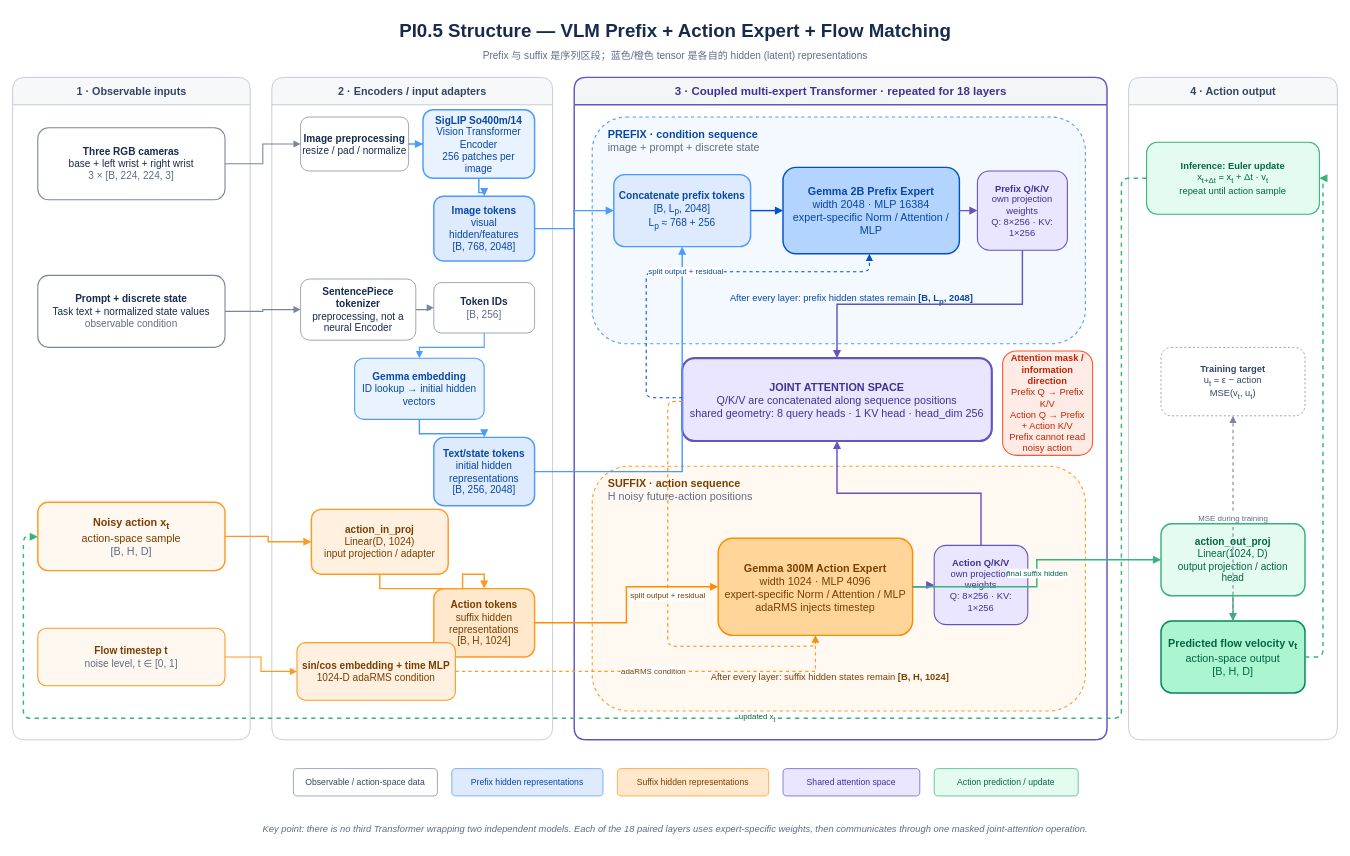
Before: blog/assets/diagrams/pi05_structure.drawio in Richadoxy/Richadoxy.github.io, a draw.io diagram. Source tidied: cells renumbered, new cells numbered last; positions are measured from the earlier drawing's top-left corner, leaving out a move shared by most shapes. Both pictures are drawn from the tidied source at 72%, with x=0, y=0 at pixel (12, 12).
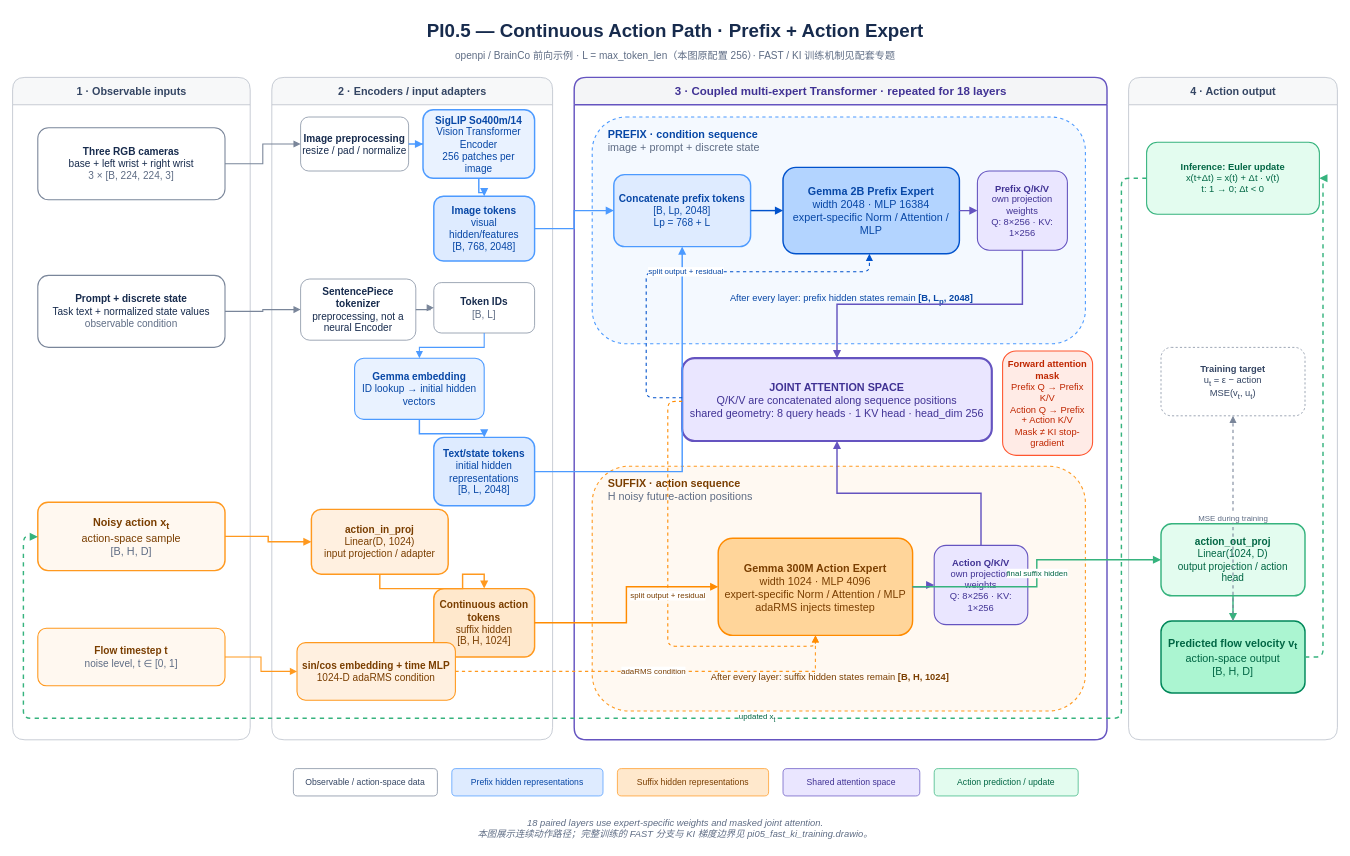
The same page after the edit.

Diff of the diagram source:
```diff
@@
-    <mxCell id="2" value="&lt;b&gt;PI0.5 Structure — VLM Prefix + Action Expert + Flow Matching&lt;/b&gt;" style="text;html=1;align=center;verticalAlign=middle;fontSize=26;fontColor=#172B4D;" parent="1" vertex="1">
+    <mxCell id="2" value="&lt;b&gt;PI0.5 — Continuous Action Path · Prefix + Action Expert&lt;/b&gt;" style="text;html=1;align=center;verticalAlign=middle;fontSize=26;fontColor=#172B4D;" parent="1" vertex="1">
       <mxGeometry x="240" width="1360" height="50" as="geometry" />
     </mxCell>
-    <mxCell id="3" value="Prefix 与 suffix 是序列区段；蓝色/橙色 tensor 是各自的 hidden (latent) representations" style="text;html=1;align=center;verticalAlign=middle;fontSize=14;fontColor=#5E6C84;" parent="1" vertex="1">
+    <mxCell id="3" value="openpi / BrainCo 前向示例 · L = max_token_len（本图原配置 256）· FAST / KI 训练机制见配套专题" style="text;html=1;align=center;verticalAlign=middle;fontSize=14;fontColor=#5E6C84;" parent="1" vertex="1">
       <mxGeometry x="390" y="45" width="1060" height="30" as="geometry" />
     </mxCell>
@@
-    <mxCell id="16" value="&lt;b&gt;Token IDs&lt;/b&gt;&lt;br&gt;&lt;font color=&quot;#5E6C84&quot;&gt;[B, 256]&lt;/font&gt;" style="rounded=1;whiteSpace=wrap;html=1;fillColor=#FFFFFF;strokeColor=#7A869A;fontColor=#172B4D;fontSize=14;" parent="1" vertex="1">
+    <mxCell id="16" value="&lt;b&gt;Token IDs&lt;/b&gt;&lt;br&gt;&lt;font color=&quot;#5E6C84&quot;&gt;[B, L]&lt;/font&gt;" style="rounded=1;whiteSpace=wrap;html=1;fillColor=#FFFFFF;strokeColor=#7A869A;fontColor=#172B4D;fontSize=14;" parent="1" vertex="1">
       <mxGeometry x="585" y="375" width="140" height="70" as="geometry" />
     </mxCell>
@@
-    <mxCell id="18" value="&lt;b&gt;Text/state tokens&lt;/b&gt;&lt;br&gt;initial hidden representations&lt;br&gt;&lt;font color=&quot;#0747A6&quot;&gt;[B, 256, 2048]&lt;/font&gt;" style="rounded=1;whiteSpace=wrap;html=1;fillColor=#DEEBFF;strokeColor=#4C9AFF;strokeWidth=2;fontColor=#0747A6;fontSize=14;spacing=8;" parent="1" vertex="1">
+    <mxCell id="18" value="&lt;b&gt;Text/state tokens&lt;/b&gt;&lt;br&gt;initial hidden representations&lt;br&gt;&lt;font color=&quot;#0747A6&quot;&gt;[B, L, 2048]&lt;/font&gt;" style="rounded=1;whiteSpace=wrap;html=1;fillColor=#DEEBFF;strokeColor=#4C9AFF;strokeWidth=2;fontColor=#0747A6;fontSize=14;spacing=8;" parent="1" vertex="1">
       <mxGeometry x="585" y="590" width="140" height="95" as="geometry" />
     </mxCell>
@@
-    <mxCell id="20" value="&lt;b&gt;Action tokens&lt;/b&gt;&lt;br&gt;suffix hidden representations&lt;br&gt;&lt;font color=&quot;#7A3E00&quot;&gt;[B, H, 1024]&lt;/font&gt;" style="rounded=1;whiteSpace=wrap;html=1;fillColor=#FFE8CC;strokeColor=#FF991F;strokeWidth=2;fontColor=#7A3E00;fontSize=14;spacing=8;" parent="1" vertex="1">
+    <mxCell id="20" value="&lt;b&gt;Continuous action tokens&lt;/b&gt;&lt;br&gt;suffix hidden&lt;br&gt;&lt;font color=&quot;#7A3E00&quot;&gt;[B, H, 1024]&lt;/font&gt;" style="rounded=1;whiteSpace=wrap;html=1;fillColor=#FFE8CC;strokeColor=#FF991F;strokeWidth=2;fontColor=#7A3E00;fontSize=14;spacing=8;" parent="1" vertex="1">
       <mxGeometry x="585" y="800" width="140" height="95" as="geometry" />
     </mxCell>
@@
-    <mxCell id="24" value="&lt;b&gt;Concatenate prefix tokens&lt;/b&gt;&lt;br&gt;&lt;font color=&quot;#0747A6&quot;&gt;[B, L&lt;sub&gt;p&lt;/sub&gt;, 2048]&lt;/font&gt;&lt;br&gt;L&lt;sub&gt;p&lt;/sub&gt; ≈ 768 + 256" style="rounded=1;whiteSpace=wrap;html=1;fillColor=#DEEBFF;strokeColor=#4C9AFF;strokeWidth=2;fontColor=#0747A6;fontSize=14;spacing=8;" parent="1" vertex="1">
+    <mxCell id="24" value="&lt;b&gt;Concatenate prefix tokens&lt;/b&gt;&lt;br&gt;&lt;font color=&quot;#0747A6&quot;&gt;[B, Lp, 2048]&lt;/font&gt;&lt;br&gt;Lp = 768 + L" style="rounded=1;whiteSpace=wrap;html=1;fillColor=#DEEBFF;strokeColor=#4C9AFF;strokeWidth=2;fontColor=#0747A6;fontSize=14;spacing=8;" parent="1" vertex="1">
       <mxGeometry x="835" y="225" width="190" height="100" as="geometry" />
     </mxCell>
@@
-    <mxCell id="29" value="&lt;b&gt;Attention mask / information direction&lt;/b&gt;&lt;br&gt;Prefix Q → Prefix K/V&lt;br&gt;Action Q → Prefix + Action K/V&lt;br&gt;&lt;font color=&quot;#BF2600&quot;&gt;Prefix cannot read noisy action&lt;/font&gt;" style="rounded=1;whiteSpace=wrap;html=1;fillColor=#FFEBE6;strokeColor=#FF5630;strokeWidth=1.5;fontColor=#BF2600;fontSize=13;spacing=7;" parent="1" vertex="1">
+    <mxCell id="29" value="&lt;b&gt;Forward attention mask&lt;/b&gt;&lt;br&gt;Prefix Q → Prefix K/V&lt;br&gt;Action Q → Prefix + Action K/V&lt;br&gt;&lt;font color=&quot;#BF2600&quot;&gt;Mask ≠ KI stop-gradient&lt;/font&gt;" style="rounded=1;whiteSpace=wrap;html=1;fillColor=#FFEBE6;strokeColor=#FF5630;strokeWidth=1.5;fontColor=#BF2600;fontSize=13;spacing=7;" parent="1" vertex="1">
       <mxGeometry x="1375" y="470" width="125" height="145" as="geometry" />
     </mxCell>
@@
-    <mxCell id="37" value="&lt;b&gt;Inference: Euler update&lt;/b&gt;&lt;br&gt;x&lt;sub&gt;t+Δt&lt;/sub&gt; = x&lt;sub&gt;t&lt;/sub&gt; + Δt · v&lt;sub&gt;t&lt;/sub&gt;&lt;br&gt;repeat until action sample" style="rounded=1;whiteSpace=wrap;html=1;fillColor=#E3FCEF;strokeColor=#36B37E;strokeWidth=1.5;fontColor=#006644;fontSize=13;spacing=7;" parent="1" vertex="1">
+    <mxCell id="37" value="&lt;b&gt;Inference: Euler update&lt;/b&gt;&lt;br&gt;x(t+Δt) = x(t) + Δt · v(t)&lt;br&gt;t: 1 → 0; Δt &amp;lt; 0" style="rounded=1;whiteSpace=wrap;html=1;fillColor=#E3FCEF;strokeColor=#36B37E;strokeWidth=1.5;fontColor=#006644;fontSize=13;spacing=7;" parent="1" vertex="1">
       <mxGeometry x="1575" y="180" width="240" height="100" as="geometry" />
     </mxCell>
@@
-    <mxCell id="44" value="Key point: there is no third Transformer wrapping two independent models. Each of the 18 paired layers uses expert-specific weights, then communicates through one masked joint-attention operation." style="text;html=1;align=center;verticalAlign=middle;fontSize=13;fontColor=#5E6C84;fontStyle=2;" parent="1" vertex="1">
+    <mxCell id="44" value="18 paired layers use expert-specific weights and masked joint attention.&lt;br&gt;本图展示连续动作路径；完整训练的 FAST 分支与 KI 梯度边界见 pi05_fast_ki_training.drawio。" style="text;html=1;align=center;verticalAlign=middle;fontSize=13;fontColor=#5E6C84;fontStyle=2;" parent="1" vertex="1">
       <mxGeometry x="320" y="1110" width="1200" height="45" as="geometry" />
     </mxCell>
```
